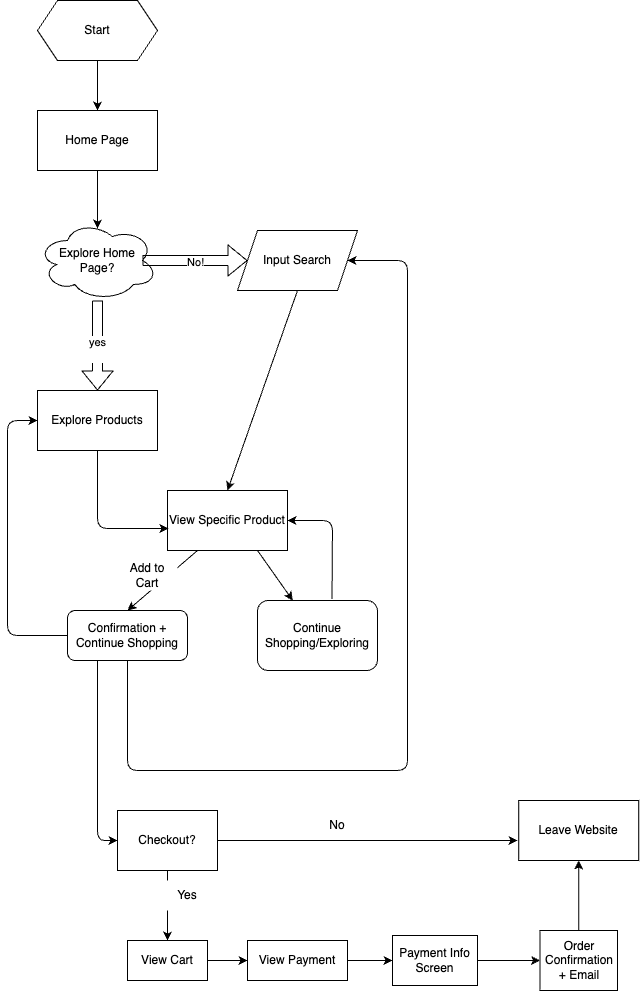
This is explore/diagramming/diagram.drawio.png from GMohandas13/sp25-cse110-lab4, a draw.io export, as it was before one commit. Source tidied: cells renumbered, new cells last; positions are measured from the earlier drawing's top-left corner, leaving out a move shared by most shapes.
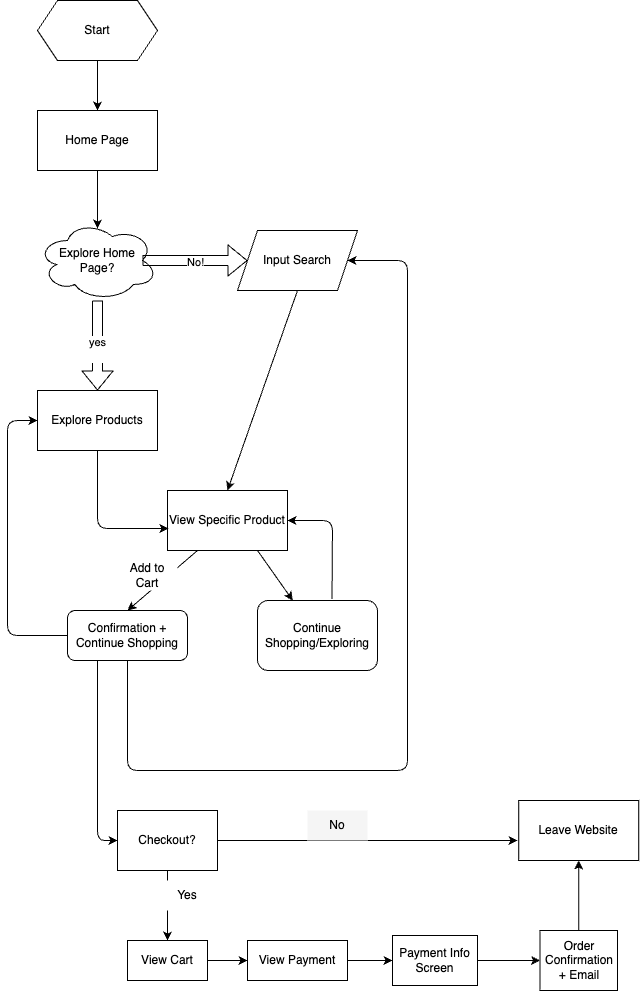
The same file after the commit.

The edit, as a diff of the source:
```diff
@@ -142,7 +142,7 @@
     <mxCell id="37" value="Leave Website" style="whiteSpace=wrap;html=1;rounded=0;" parent="1" vertex="1">
       <mxGeometry x="511.2" y="800" width="120" height="60" as="geometry" />
     </mxCell>
-    <mxCell id="38" value="No" style="text;html=1;align=center;verticalAlign=middle;whiteSpace=wrap;rounded=0;" parent="1" vertex="1">
+    <mxCell id="38" value="No" style="text;html=1;align=center;verticalAlign=middle;whiteSpace=wrap;rounded=0;fillColor=light-dark(#f5f5f5, #ededed);" parent="1" vertex="1">
       <mxGeometry x="300" y="810" width="60" height="30" as="geometry" />
     </mxCell>
   </root>
```
